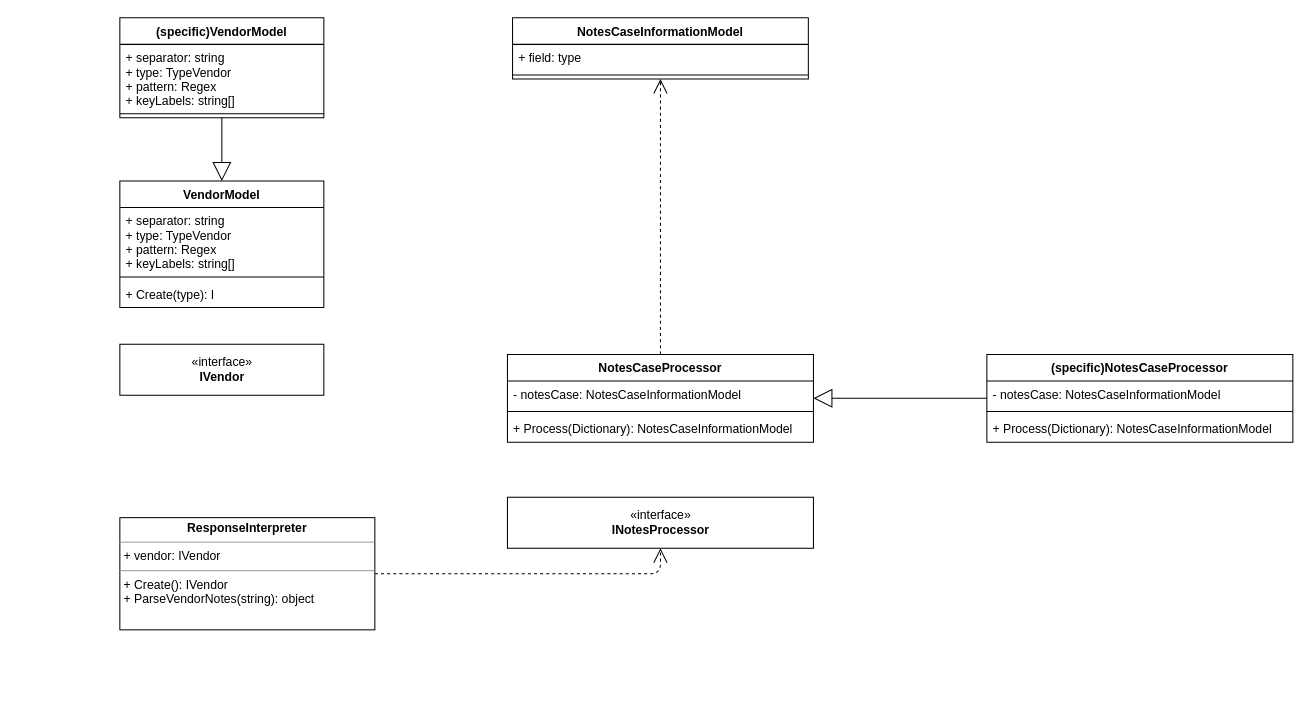
Above: page "Class Diagram" (2 of 2) of Untitled Diagram.drawio in giuberti/diagrams (draw.io), before the change. Source tidied: cells renumbered, new cells numbered last; positions are measured from the earlier drawing's top-left corner, leaving out a move shared by most shapes. Both pictures are drawn from the tidied source at 102%, with x=0, y=0 at pixel (119, 17).
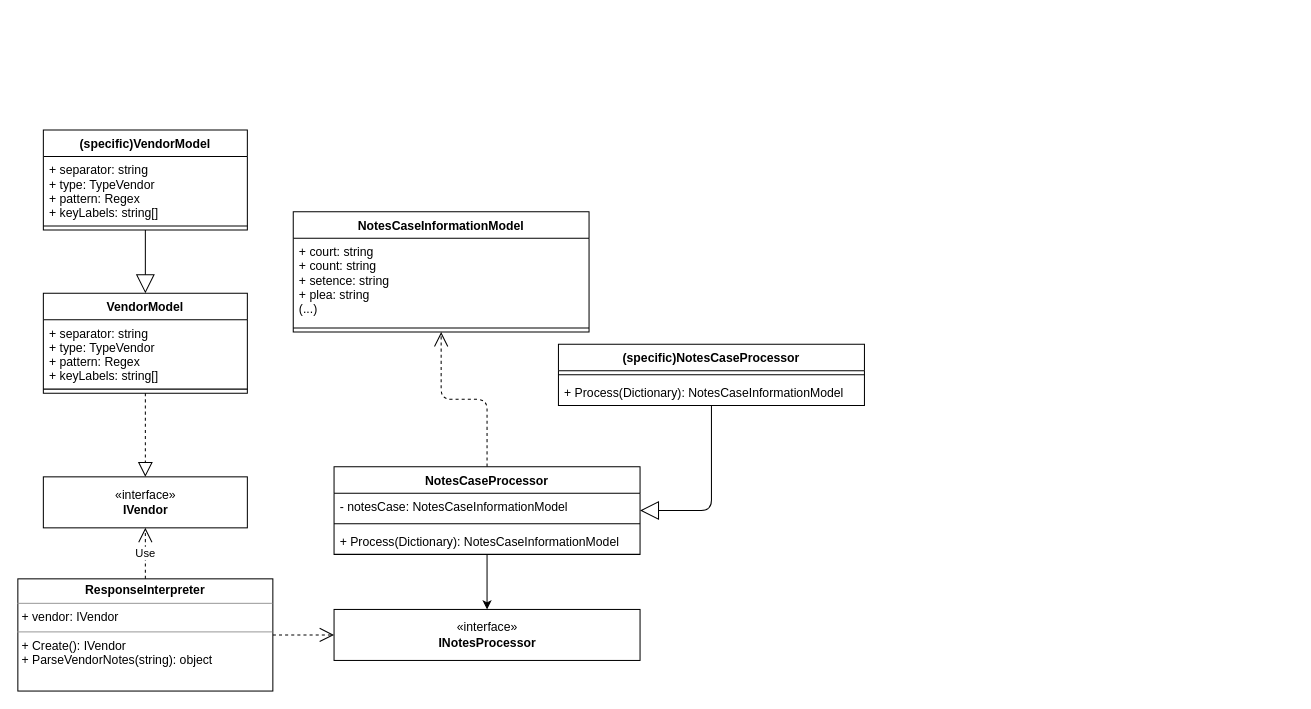
Above is the later version.

Commit message:
Format classes

What changed in the source:
```diff
@@
-    <mxCell id="2" style="endArrow=open;endSize=12;dashed=1;html=1;fontFamily=Helvetica;fontSize=11;fontColor=default;align=center;strokeColor=default;edgeStyle=orthogonalEdgeStyle;entryX=0.5;entryY=1;entryDx=0;entryDy=0;" parent="1" edge="1" source="3" target="8">
+    <mxCell id="2" style="endArrow=open;endSize=12;dashed=1;html=1;fontFamily=Helvetica;fontSize=11;fontColor=default;align=center;strokeColor=default;edgeStyle=orthogonalEdgeStyle;" parent="1" edge="1" source="3" target="8">
       <mxGeometry relative="1" as="geometry" />
     </mxCell>
     <mxCell id="3" value="&lt;p style=&quot;margin:0px;margin-top:4px;text-align:center;&quot;&gt;&lt;b&gt;ResponseInterpreter&lt;/b&gt;&lt;/p&gt;&lt;hr size=&quot;1&quot;&gt;&lt;p style=&quot;margin:0px;margin-left:4px;&quot;&gt;+ vendor: IVendor&lt;/p&gt;&lt;hr size=&quot;1&quot;&gt;&lt;p style=&quot;margin:0px;margin-left:4px;&quot;&gt;+ Create(): IVendor&lt;/p&gt;&lt;p style=&quot;margin:0px;margin-left:4px;&quot;&gt;+ ParseVendorNotes(string): object&lt;br&gt;&lt;/p&gt;" style="verticalAlign=top;align=left;overflow=fill;fontSize=12;fontFamily=Helvetica;html=1;" parent="1" vertex="1">
-      <mxGeometry y="490" width="250" height="110" as="geometry" />
+      <mxGeometry x="-100" y="550" width="250" height="110" as="geometry" />
     </mxCell>
     <mxCell id="4" value="VendorModel" style="swimlane;fontStyle=1;align=center;verticalAlign=top;horizontal=1;startSize=26;" parent="1" vertex="1">
-      <mxGeometry y="160" width="200" height="124" as="geometry" />
+      <mxGeometry x="-75" y="270" width="200" height="98" as="geometry" />
     </mxCell>
@@
-    <mxCell id="7" value="+ Create(type): I" style="text;strokeColor=none;fillColor=none;align=left;verticalAlign=top;spacingLeft=4;spacingRight=4;overflow=hidden;" parent="4" vertex="1">
-      <mxGeometry y="98" width="200" height="26" as="geometry" />
-    </mxCell>
     <mxCell id="8" value="&lt;div&gt;«interface»&lt;b&gt;&lt;br&gt;&lt;/b&gt;&lt;/div&gt;&lt;div&gt;&lt;b&gt;INotesProcessor&lt;/b&gt;&lt;/div&gt;" style="html=1;" parent="1" vertex="1">
-      <mxGeometry x="380" y="470" width="300" height="50" as="geometry" />
+      <mxGeometry x="210" y="580" width="300" height="50" as="geometry" />
     </mxCell>
@@
+    <mxCell id="27" style="edgeStyle=orthogonalEdgeStyle;rounded=0;jettySize=auto;html=1;" parent="1" edge="1" source="10" target="8">
+      <mxGeometry relative="1" as="geometry" />
+    </mxCell>
     <mxCell id="10" value="NotesCaseProcessor" style="swimlane;fontStyle=1;align=center;verticalAlign=top;horizontal=1;startSize=26;" parent="1" vertex="1">
-      <mxGeometry x="380" y="330" width="300" height="86" as="geometry" />
+      <mxGeometry x="210" y="440" width="300" height="86" as="geometry" />
     </mxCell>
@@
     <mxCell id="15" value="(specific)VendorModel" style="swimlane;fontStyle=1;align=center;verticalAlign=top;horizontal=1;startSize=26;" parent="1" vertex="1">
-      <mxGeometry width="200" height="98" as="geometry" />
+      <mxGeometry x="-75" y="110" width="200" height="98" as="geometry" />
     </mxCell>
@@
     <mxCell id="18" value="NotesCaseInformationModel" style="swimlane;fontStyle=1;align=center;verticalAlign=top;horizontal=1;startSize=26;" parent="1" vertex="1">
-      <mxGeometry x="385" width="290" height="60" as="geometry" />
+      <mxGeometry x="170" y="190" width="290" height="118" as="geometry" />
     </mxCell>
-    <mxCell id="19" value="+ field: type" style="text;strokeColor=none;fillColor=none;align=left;verticalAlign=top;spacingLeft=4;spacingRight=4;overflow=hidden;" parent="18" vertex="1">
-      <mxGeometry y="26" width="290" height="26" as="geometry" />
+    <mxCell id="19" value="+ court: string&#10;+ count: string&#10;+ setence: string&#10;+ plea: string&#10;(...)" style="text;strokeColor=none;fillColor=none;align=left;verticalAlign=top;spacingLeft=4;spacingRight=4;overflow=hidden;" parent="18" vertex="1">
+      <mxGeometry y="26" width="290" height="84" as="geometry" />
     </mxCell>
     <mxCell id="20" style="line;strokeWidth=1;fillColor=none;align=left;verticalAlign=middle;spacingTop=-1;spacingLeft=3;spacingRight=3;labelPosition=right;" parent="18" vertex="1">
-      <mxGeometry y="52" width="290" height="8" as="geometry" />
+      <mxGeometry y="110" width="290" height="8" as="geometry" />
     </mxCell>
     <mxCell id="21" value="&lt;div&gt;«interface»&lt;b&gt;&lt;br&gt;&lt;/b&gt;&lt;/div&gt;&lt;div&gt;&lt;b&gt;IVendor&lt;/b&gt;&lt;/div&gt;" style="html=1;" parent="1" vertex="1">
-      <mxGeometry y="320" width="200" height="50" as="geometry" />
+      <mxGeometry x="-75" y="450" width="200" height="50" as="geometry" />
     </mxCell>
-    <mxCell id="22" style="endArrow=block;endSize=16;endFill=0;html=1;fontFamily=Helvetica;fontSize=11;fontColor=default;align=center;strokeColor=default;edgeStyle=orthogonalEdgeStyle;" parent="1" edge="1" source="23" target="10">
+    <mxCell id="22" style="endArrow=block;endSize=16;endFill=0;html=1;fontFamily=Helvetica;fontSize=11;fontColor=default;align=center;strokeColor=default;edgeStyle=orthogonalEdgeStyle;entryX=1;entryY=0.5;entryDx=0;entryDy=0;" parent="1" edge="1" source="23" target="10">
       <mxGeometry relative="1" as="geometry" />
     </mxCell>
     <mxCell id="23" value="(specific)NotesCaseProcessor" style="swimlane;fontStyle=1;align=center;verticalAlign=top;horizontal=1;startSize=26;" parent="1" vertex="1">
-      <mxGeometry x="850" y="330" width="300" height="86" as="geometry" />
+      <mxGeometry x="430" y="320" width="300" height="60" as="geometry" />
     </mxCell>
-    <mxCell id="24" value="- notesCase: NotesCaseInformationModel" style="text;strokeColor=none;fillColor=none;align=left;verticalAlign=top;spacingLeft=4;spacingRight=4;overflow=hidden;" parent="23" vertex="1">
-      <mxGeometry y="26" width="300" height="26" as="geometry" />
-    </mxCell>
     <mxCell id="25" style="line;strokeWidth=1;fillColor=none;align=left;verticalAlign=middle;spacingTop=-1;spacingLeft=3;spacingRight=3;labelPosition=right;" parent="23" vertex="1">
-      <mxGeometry y="52" width="300" height="8" as="geometry" />
+      <mxGeometry y="26" width="300" height="8" as="geometry" />
     </mxCell>
     <mxCell id="26" value="+ Process(Dictionary): NotesCaseInformationModel" style="text;strokeColor=none;fillColor=none;align=left;verticalAlign=top;spacingLeft=4;spacingRight=4;overflow=hidden;" parent="23" vertex="1">
-      <mxGeometry y="60" width="300" height="26" as="geometry" />
+      <mxGeometry y="34" width="300" height="26" as="geometry" />
     </mxCell>
+    <mxCell id="28" style="endArrow=block;dashed=1;endFill=0;endSize=12;html=1;rounded=0;exitX=0.5;exitY=1;exitDx=0;exitDy=0;" parent="1" edge="1" source="4" target="21">
+      <mxGeometry relative="1" as="geometry" />
+    </mxCell>
+    <mxCell id="29" value="Use" style="endArrow=open;endSize=12;dashed=1;html=1;rounded=0;" parent="1" edge="1" source="3" target="21">
+      <mxGeometry relative="1" as="geometry" />
+    </mxCell>
```
